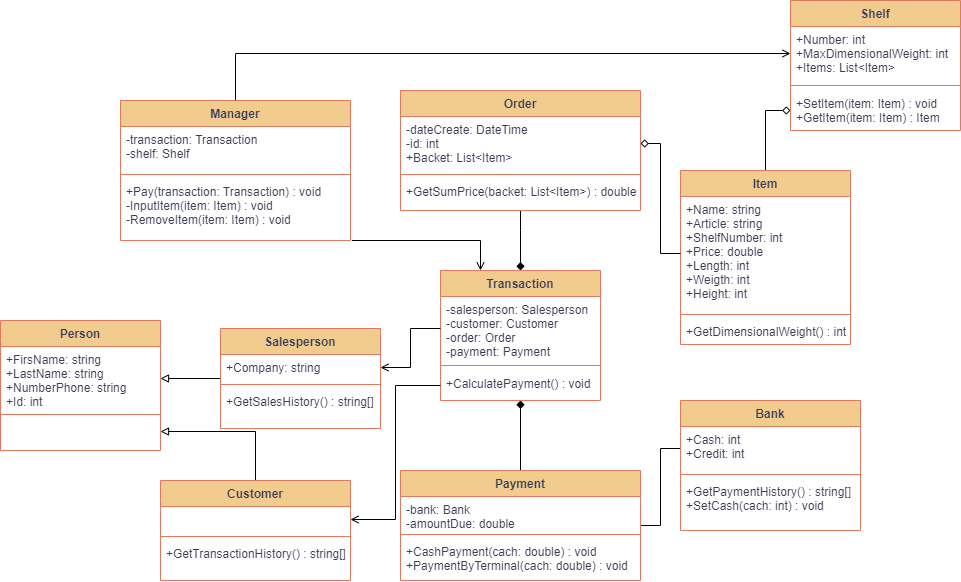
Before: UML/Warehous.png, a diagram exported from draw.io (NoaNine/Foxminded_Task7_1). Source tidied: cells renumbered, new cells last; positions are measured from the earlier drawing's top-left corner, leaving out a move shared by most shapes.
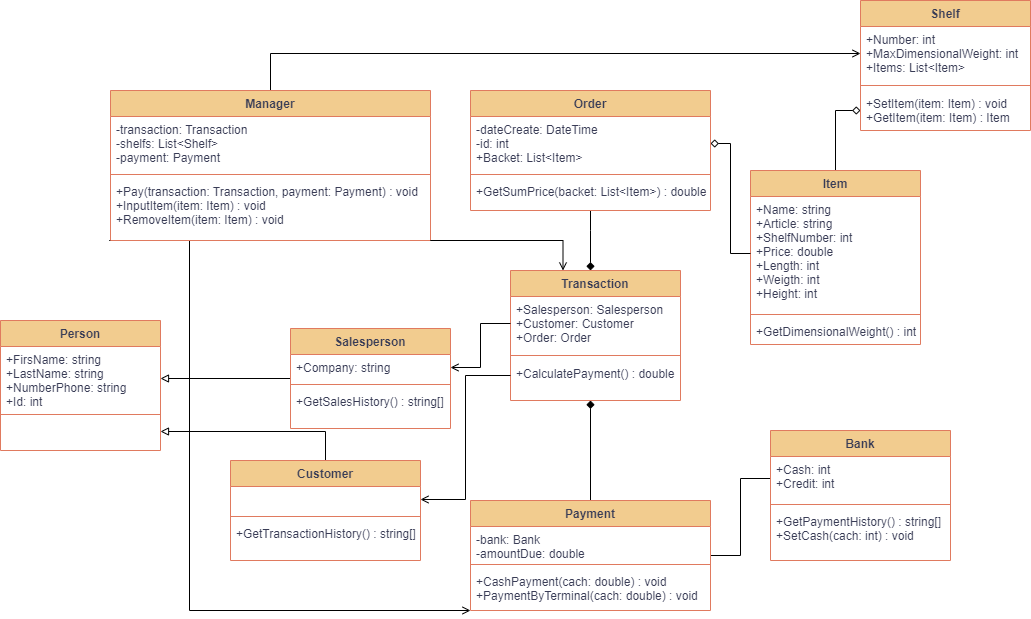
The same diagram one commit later.

Commit message:
Fixed uml diagram

Diff of the diagram source:
```diff
@@ -6,7 +6,7 @@
       <mxGeometry relative="1" as="geometry" />
     </mxCell>
     <mxCell id="3" value="Customer" style="swimlane;fontStyle=1;align=center;verticalAlign=top;horizontal=1;startSize=26;rounded=0;shadow=0;strokeWidth=1;labelBackgroundColor=none;fillColor=#F2CC8F;strokeColor=#E07A5F;fontColor=#393C56;" parent="1" vertex="1">
-      <mxGeometry x="160" y="480" width="190" height="100" as="geometry" />
+      <mxGeometry x="160" y="460" width="190" height="100" as="geometry" />
     </mxCell>
     <mxCell id="4" value=" " style="text;align=left;verticalAlign=top;spacingLeft=4;spacingRight=4;overflow=hidden;points=[[0,0.5],[1,0.5]];portConstraint=eastwest;labelBackgroundColor=none;fontColor=#393C56;" parent="3" vertex="1">
       <mxGeometry y="26" width="190" height="26" as="geometry" />
@@ -48,7 +48,7 @@
       <mxGeometry y="60" width="160" height="26" as="geometry" />
     </mxCell>
     <mxCell id="17" value="Person" style="swimlane;fontStyle=1;align=center;verticalAlign=top;horizontal=1;startSize=26;rounded=0;shadow=0;strokeWidth=1;labelBackgroundColor=none;fillColor=#F2CC8F;strokeColor=#E07A5F;fontColor=#393C56;" parent="1" vertex="1">
-      <mxGeometry y="320" width="160" height="130" as="geometry" />
+      <mxGeometry x="-70" y="320" width="160" height="130" as="geometry" />
     </mxCell>
     <mxCell id="18" value="+FirsName: string&#10;+LastName: string&#10;+NumberPhone: string&#10;+Id: int" style="text;align=left;verticalAlign=top;spacingLeft=4;spacingRight=4;overflow=hidden;points=[[0,0.5],[1,0.5]];portConstraint=eastwest;labelBackgroundColor=none;fontColor=#393C56;" parent="17" vertex="1">
       <mxGeometry y="26" width="160" height="64" as="geometry" />
@@ -68,16 +68,16 @@
       </mxGeometry>
     </mxCell>
     <mxCell id="22" value="Transaction" style="swimlane;fontStyle=1;align=center;verticalAlign=top;horizontal=1;startSize=26;rounded=0;shadow=0;strokeWidth=1;labelBackgroundColor=none;fillColor=#F2CC8F;strokeColor=#E07A5F;fontColor=#393C56;" parent="1" vertex="1">
-      <mxGeometry x="440" y="270" width="160" height="130" as="geometry" />
+      <mxGeometry x="440" y="270" width="170" height="130" as="geometry" />
     </mxCell>
-    <mxCell id="23" value="-salesperson: Salesperson&#10;-customer: Customer&#10;-order: Order&#10;-payment: Payment" style="text;align=left;verticalAlign=top;spacingLeft=4;spacingRight=4;overflow=hidden;points=[[0,0.5],[1,0.5]];portConstraint=eastwest;labelBackgroundColor=none;fontColor=#393C56;" parent="22" vertex="1">
-      <mxGeometry y="26" width="160" height="64" as="geometry" />
+    <mxCell id="23" value="+Salesperson: Salesperson&#10;+Customer: Customer&#10;+Order: Order" style="text;align=left;verticalAlign=top;spacingLeft=4;spacingRight=4;overflow=hidden;points=[[0,0.5],[1,0.5]];portConstraint=eastwest;labelBackgroundColor=none;fontColor=#393C56;" parent="22" vertex="1">
+      <mxGeometry y="26" width="170" height="54" as="geometry" />
     </mxCell>
     <mxCell id="24" style="line;html=1;strokeWidth=1;align=left;verticalAlign=middle;spacingTop=-1;spacingLeft=3;spacingRight=3;labelPosition=right;labelBackgroundColor=none;fillColor=#F2CC8F;strokeColor=#E07A5F;fontColor=#393C56;" parent="22" vertex="1">
-      <mxGeometry y="90" width="160" height="10" as="geometry" />
+      <mxGeometry y="80" width="170" height="10" as="geometry" />
     </mxCell>
-    <mxCell id="25" value="+CalculatePayment() : void" style="text;align=left;verticalAlign=top;spacingLeft=4;spacingRight=4;overflow=hidden;points=[[0,0.5],[1,0.5]];portConstraint=eastwest;labelBackgroundColor=none;fontColor=#393C56;" parent="22" vertex="1">
-      <mxGeometry y="100" width="160" height="30" as="geometry" />
+    <mxCell id="25" value="+CalculatePayment() : double" style="text;align=left;verticalAlign=top;spacingLeft=4;spacingRight=4;overflow=hidden;points=[[0,0.5],[1,0.5]];portConstraint=eastwest;labelBackgroundColor=none;fontColor=#393C56;" parent="22" vertex="1">
+      <mxGeometry y="90" width="170" height="30" as="geometry" />
     </mxCell>
     <mxCell id="26" value="Shelf" style="swimlane;fontStyle=1;align=center;verticalAlign=top;horizontal=1;startSize=26;rounded=0;shadow=0;strokeWidth=1;labelBackgroundColor=none;fillColor=#F2CC8F;strokeColor=#E07A5F;fontColor=#393C56;" parent="1" vertex="1">
       <mxGeometry x="790" width="170" height="130" as="geometry" />
@@ -94,11 +94,20 @@
     <mxCell id="30" style="edgeStyle=orthogonalEdgeStyle;rounded=0;jettySize=auto;html=1;entryX=0;entryY=0.5;entryDx=0;entryDy=0;endArrow=none;endFill=0;" parent="1" edge="1" source="32" target="37">
       <mxGeometry relative="1" as="geometry" />
     </mxCell>
-    <mxCell id="31" style="edgeStyle=orthogonalEdgeStyle;rounded=0;jettySize=auto;html=1;exitX=0.5;exitY=0;exitDx=0;exitDy=0;entryX=0.5;entryY=1;entryDx=0;entryDy=0;entryPerimeter=0;endArrow=diamond;endFill=1;" parent="1" edge="1" source="32" target="25">
-      <mxGeometry relative="1" as="geometry" />
+    <mxCell id="31" style="edgeStyle=orthogonalEdgeStyle;rounded=0;jettySize=auto;html=1;exitX=0.5;exitY=0;exitDx=0;exitDy=0;endArrow=diamond;endFill=1;" parent="1" edge="1" source="32">
+      <mxGeometry relative="1" as="geometry">
+        <mxPoint x="520" y="400" as="targetPoint" />
+      </mxGeometry>
     </mxCell>
+    <mxCell id="53" style="edgeStyle=orthogonalEdgeStyle;rounded=0;jettySize=auto;html=1;exitX=0;exitY=1;exitDx=0;exitDy=0;entryX=-0.004;entryY=1;entryDx=0;entryDy=0;entryPerimeter=0;endArrow=none;endFill=0;startArrow=open;startFill=0;" parent="1" edge="1" source="32" target="51">
+      <mxGeometry relative="1" as="geometry">
+        <Array as="points">
+          <mxPoint x="119" y="610" />
+        </Array>
+      </mxGeometry>
+    </mxCell>
     <mxCell id="32" value="Payment" style="swimlane;fontStyle=1;align=center;verticalAlign=top;horizontal=1;startSize=26;rounded=0;shadow=0;strokeWidth=1;labelBackgroundColor=none;fillColor=#F2CC8F;strokeColor=#E07A5F;fontColor=#393C56;" parent="1" vertex="1">
-      <mxGeometry x="400" y="470" width="240" height="110" as="geometry" />
+      <mxGeometry x="400" y="500" width="240" height="110" as="geometry" />
     </mxCell>
     <mxCell id="33" value="-bank: Bank&#10;-amountDue: double" style="text;align=left;verticalAlign=top;spacingLeft=4;spacingRight=4;overflow=hidden;labelBackgroundColor=none;fontColor=#393C56;" parent="32" vertex="1">
       <mxGeometry y="26" width="240" height="34" as="geometry" />
@@ -110,7 +119,7 @@
       <mxGeometry y="68" width="240" height="40" as="geometry" />
     </mxCell>
     <mxCell id="36" value="Bank" style="swimlane;fontStyle=1;align=center;verticalAlign=top;horizontal=1;startSize=26;rounded=0;shadow=0;strokeWidth=1;labelBackgroundColor=none;fillColor=#F2CC8F;strokeColor=#E07A5F;fontColor=#393C56;" parent="1" vertex="1">
-      <mxGeometry x="680" y="400" width="180" height="130" as="geometry" />
+      <mxGeometry x="700" y="430" width="180" height="130" as="geometry" />
     </mxCell>
     <mxCell id="37" value="+Cash: int&#10;+Credit: int" style="text;align=left;verticalAlign=top;spacingLeft=4;spacingRight=4;overflow=hidden;points=[[0,0.5],[1,0.5]];portConstraint=eastwest;labelBackgroundColor=none;fontColor=#393C56;" parent="36" vertex="1">
       <mxGeometry y="26" width="180" height="44" as="geometry" />
@@ -146,23 +155,26 @@
       <mxGeometry relative="1" as="geometry" />
     </mxCell>
     <mxCell id="48" value="Manager" style="swimlane;fontStyle=1;align=center;verticalAlign=top;horizontal=1;startSize=26;rounded=0;shadow=0;strokeWidth=1;labelBackgroundColor=none;fillColor=#F2CC8F;strokeColor=#E07A5F;fontColor=#393C56;" parent="1" vertex="1">
-      <mxGeometry x="120" y="100" width="230" height="140" as="geometry" />
+      <mxGeometry x="40" y="90" width="320" height="150" as="geometry" />
     </mxCell>
-    <mxCell id="49" value="-transaction: Transaction&#10;-shelf: Shelf" style="text;align=left;verticalAlign=top;spacingLeft=4;spacingRight=4;overflow=hidden;labelBackgroundColor=none;fontColor=#393C56;" parent="48" vertex="1">
-      <mxGeometry y="26" width="230" height="44" as="geometry" />
+    <mxCell id="49" value="-transaction: Transaction&#10;-shelfs: List&lt;Shelf&gt;&#10;-payment: Payment" style="text;align=left;verticalAlign=top;spacingLeft=4;spacingRight=4;overflow=hidden;labelBackgroundColor=none;fontColor=#393C56;" parent="48" vertex="1">
+      <mxGeometry y="26" width="320" height="54" as="geometry" />
     </mxCell>
     <mxCell id="50" style="line;html=1;strokeWidth=1;align=left;verticalAlign=middle;spacingTop=-1;spacingLeft=3;spacingRight=3;labelPosition=right;labelBackgroundColor=none;fillColor=#F2CC8F;strokeColor=#E07A5F;fontColor=#393C56;" parent="48" vertex="1">
-      <mxGeometry y="70" width="230" height="8" as="geometry" />
+      <mxGeometry y="80" width="320" height="8" as="geometry" />
     </mxCell>
-    <mxCell id="51" value="+Pay(transaction: Transaction) : void&#10;-InputItem(item: Item) : void&#10;-RemoveItem(item: Item) : void" style="text;align=left;verticalAlign=top;spacingLeft=4;spacingRight=4;overflow=hidden;points=[[0,0.5],[1,0.5]];portConstraint=eastwest;labelBackgroundColor=none;fontColor=#393C56;" parent="48" vertex="1">
-      <mxGeometry y="78" width="230" height="62" as="geometry" />
+    <mxCell id="51" value="+Pay(transaction: Transaction, payment: Payment) : void&#10;+InputItem(item: Item) : void&#10;+RemoveItem(item: Item) : void" style="text;align=left;verticalAlign=top;spacingLeft=4;spacingRight=4;overflow=hidden;points=[[0,0.5],[1,0.5]];portConstraint=eastwest;labelBackgroundColor=none;fontColor=#393C56;" parent="48" vertex="1">
+      <mxGeometry y="88" width="320" height="62" as="geometry" />
     </mxCell>
-    <mxCell id="52" style="edgeStyle=orthogonalEdgeStyle;rounded=0;jettySize=auto;html=1;exitX=1.006;exitY=1;exitDx=0;exitDy=0;entryX=0.25;entryY=0;entryDx=0;entryDy=0;exitPerimeter=0;endArrow=open;endFill=0;" parent="1" edge="1" source="51" target="22">
-      <mxGeometry relative="1" as="geometry">
-        <Array as="points">
-          <mxPoint x="480" y="240" />
-        </Array>
-      </mxGeometry>
-    </mxCell>
+    <mxCell id="54" style="edgeStyle=orthogonalEdgeStyle;rounded=0;orthogonalLoop=1;jettySize=auto;html=1;entryX=0.25;entryY=0;entryDx=0;entryDy=0;endArrow=open;endFill=0;" parent="1" edge="1">
+      <mxGeometry relative="1" as="geometry">
+        <mxPoint x="370" y="240" as="sourcePoint" />
+        <mxPoint x="492.5" y="270" as="targetPoint" />
+        <Array as="points">
+          <mxPoint x="360" y="240" />
+          <mxPoint x="493" y="240" />
+        </Array>
+      </mxGeometry>
+    </mxCell>
   </root>
 </mxGraphModel>
```
